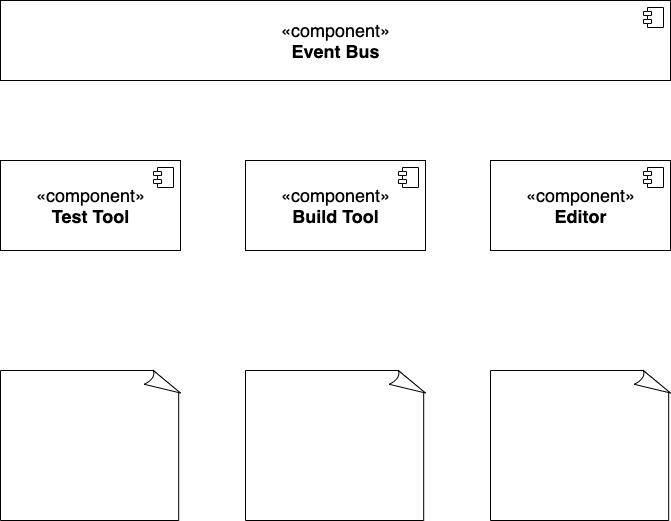
Earlier version of the draw.io export Architectural styles/Implicit Invocation Systems/EventBasedComponentDiagram.png (smitbmx/Architecture-Diagrams). Source tidied: cells renumbered, new cells last; positions are measured from the earlier drawing's top-left corner, leaving out a move shared by most shapes.
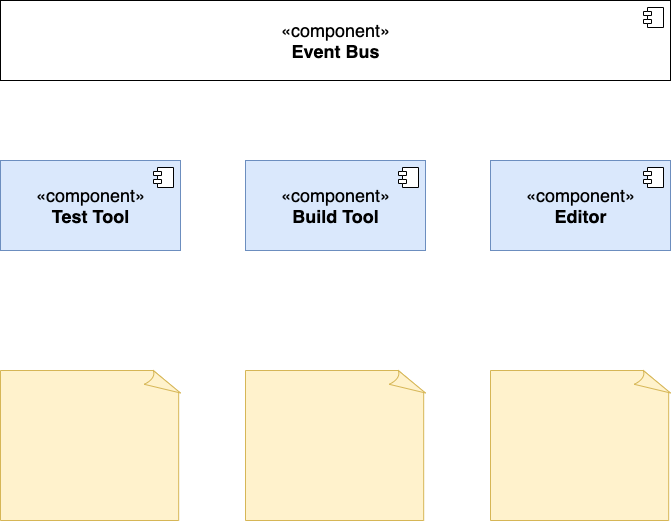
After the change.

Diff of the diagram source:
```diff
@@ -10,7 +10,7 @@
         <mxPoint x="-27" y="7" as="offset" />
       </mxGeometry>
     </mxCell>
-    <mxCell id="4" value="«component»&lt;br&gt;&lt;b&gt;Test Tool&lt;/b&gt;" style="html=1;fontSize=18;" parent="1" vertex="1">
+    <mxCell id="4" value="«component»&lt;br&gt;&lt;b&gt;Test Tool&lt;/b&gt;" style="html=1;fontSize=18;fillColor=#dae8fc;strokeColor=#6c8ebf;" parent="1" vertex="1">
       <mxGeometry y="160" width="180" height="90" as="geometry" />
     </mxCell>
     <mxCell id="5" style="shape=module;jettyWidth=8;jettyHeight=4;fontSize=18;" parent="4" vertex="1">
@@ -18,7 +18,7 @@
         <mxPoint x="-27" y="7" as="offset" />
       </mxGeometry>
     </mxCell>
-    <mxCell id="6" value="«component»&lt;br&gt;&lt;b&gt;Build Tool&lt;/b&gt;" style="html=1;fontSize=18;" parent="1" vertex="1">
+    <mxCell id="6" value="«component»&lt;br&gt;&lt;b&gt;Build Tool&lt;/b&gt;" style="html=1;fontSize=18;fillColor=#dae8fc;strokeColor=#6c8ebf;" parent="1" vertex="1">
       <mxGeometry x="245" y="160" width="180" height="90" as="geometry" />
     </mxCell>
     <mxCell id="7" style="shape=module;jettyWidth=8;jettyHeight=4;fontSize=18;" parent="6" vertex="1">
@@ -26,7 +26,7 @@
         <mxPoint x="-27" y="7" as="offset" />
       </mxGeometry>
     </mxCell>
-    <mxCell id="8" value="«component»&lt;br&gt;&lt;b&gt;Editor&lt;/b&gt;" style="html=1;fontSize=18;" parent="1" vertex="1">
+    <mxCell id="8" value="«component»&lt;br&gt;&lt;b&gt;Editor&lt;/b&gt;" style="html=1;fontSize=18;fillColor=#dae8fc;strokeColor=#6c8ebf;" parent="1" vertex="1">
       <mxGeometry x="490" y="160" width="180" height="90" as="geometry" />
     </mxCell>
     <mxCell id="9" style="shape=module;jettyWidth=8;jettyHeight=4;fontSize=18;" parent="8" vertex="1">
@@ -34,13 +34,13 @@
         <mxPoint x="-27" y="7" as="offset" />
       </mxGeometry>
     </mxCell>
-    <mxCell id="10" style="whiteSpace=wrap;html=1;shape=mxgraph.basic.document;fontSize=18;" parent="1" vertex="1">
+    <mxCell id="10" style="whiteSpace=wrap;html=1;shape=mxgraph.basic.document;fontSize=18;fillColor=#fff2cc;strokeColor=#d6b656;" parent="1" vertex="1">
       <mxGeometry y="370" width="180" height="150" as="geometry" />
     </mxCell>
-    <mxCell id="11" style="whiteSpace=wrap;html=1;shape=mxgraph.basic.document;fontSize=18;" parent="1" vertex="1">
+    <mxCell id="11" style="whiteSpace=wrap;html=1;shape=mxgraph.basic.document;fontSize=18;fillColor=#fff2cc;strokeColor=#d6b656;" parent="1" vertex="1">
       <mxGeometry x="245" y="370" width="180" height="150" as="geometry" />
     </mxCell>
-    <mxCell id="12" style="whiteSpace=wrap;html=1;shape=mxgraph.basic.document;fontSize=18;" parent="1" vertex="1">
+    <mxCell id="12" style="whiteSpace=wrap;html=1;shape=mxgraph.basic.document;fontSize=18;fillColor=#fff2cc;strokeColor=#d6b656;" parent="1" vertex="1">
       <mxGeometry x="490" y="370" width="180" height="150" as="geometry" />
     </mxCell>
   </root>
```
